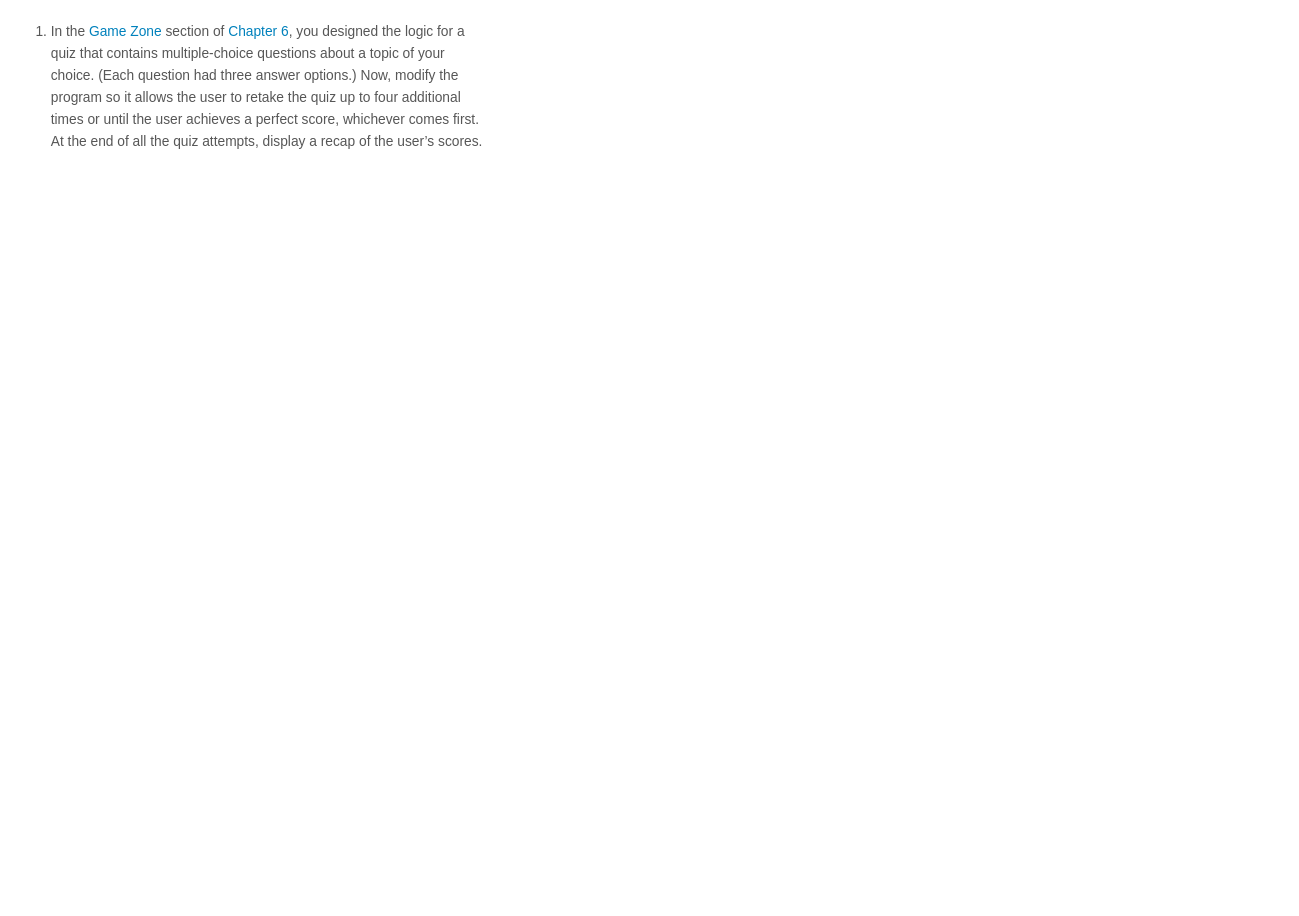
This is Problem Solving/quiz.drawio from sweetrellish/python_work1, a draw.io file, before an edit. Source tidied: cells renumbered, new cells numbered last; positions are measured from the earlier drawing's top-left corner, leaving out a move shared by most shapes. Both pictures are drawn from the tidied source at 86%, with x=0, y=0 at pixel (15, 15).
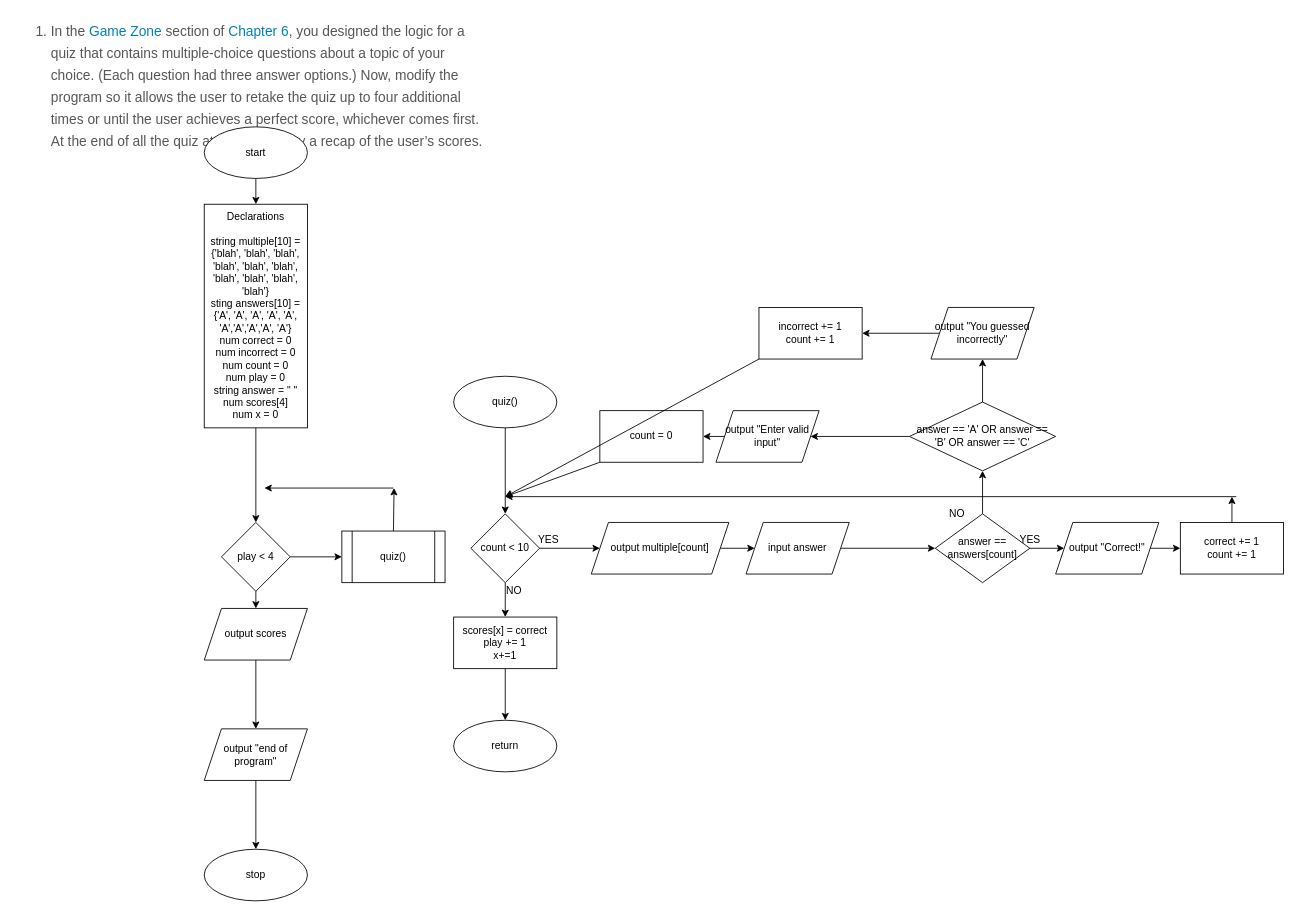
After the change.

Change to the diagram source:
```diff
@@
+    <mxCell id="3" style="edgeStyle=none;html=1;" parent="1" edge="1" source="4" target="6">
+      <mxGeometry relative="1" as="geometry" />
+    </mxCell>
+    <mxCell id="4" value="start" style="ellipse;whiteSpace=wrap;html=1;" parent="1" vertex="1">
+      <mxGeometry x="220" y="130" width="120" height="60" as="geometry" />
+    </mxCell>
+    <mxCell id="5" style="edgeStyle=none;html=1;" parent="1" edge="1" source="6" target="46">
+      <mxGeometry relative="1" as="geometry" />
+    </mxCell>
+    <mxCell id="6" value="Declarations&lt;br&gt;&lt;br&gt;string multiple[10] = {'blah', 'blah', 'blah', 'blah', 'blah', 'blah', 'blah', 'blah', 'blah', 'blah'}&lt;br&gt;sting answers[10] = {'A', 'A', 'A', 'A', 'A', 'A','A','A','A', 'A'}&lt;br&gt;num correct = 0&lt;br&gt;num incorrect = 0&lt;br&gt;num count = 0&lt;br&gt;num play = 0&lt;br&gt;string answer = &quot; &quot;&lt;br&gt;num scores[4]&lt;br&gt;num x = 0" style="whiteSpace=wrap;html=1;" parent="1" vertex="1">
+      <mxGeometry x="220" y="220" width="120" height="260" as="geometry" />
+    </mxCell>
+    <mxCell id="7" style="edgeStyle=none;html=1;" parent="1" edge="1" source="9" target="11">
+      <mxGeometry relative="1" as="geometry" />
+    </mxCell>
+    <mxCell id="8" style="edgeStyle=none;html=1;" parent="1" edge="1" source="9" target="51">
+      <mxGeometry relative="1" as="geometry" />
+    </mxCell>
+    <mxCell id="9" value="count &amp;lt; 10" style="rhombus;whiteSpace=wrap;html=1;" parent="1" vertex="1">
+      <mxGeometry x="530" y="580" width="80" height="80" as="geometry" />
+    </mxCell>
+    <mxCell id="10" style="edgeStyle=none;html=1;" parent="1" edge="1" source="11" target="13">
+      <mxGeometry relative="1" as="geometry" />
+    </mxCell>
+    <mxCell id="11" value="output multiple[count]" style="shape=parallelogram;perimeter=parallelogramPerimeter;whiteSpace=wrap;html=1;fixedSize=1;" parent="1" vertex="1">
+      <mxGeometry x="670" y="590" width="160" height="60" as="geometry" />
+    </mxCell>
+    <mxCell id="12" style="edgeStyle=none;html=1;" parent="1" edge="1" source="13" target="16">
+      <mxGeometry relative="1" as="geometry" />
+    </mxCell>
+    <mxCell id="13" value="input answer" style="shape=parallelogram;perimeter=parallelogramPerimeter;whiteSpace=wrap;html=1;fixedSize=1;" parent="1" vertex="1">
+      <mxGeometry x="850" y="590" width="120" height="60" as="geometry" />
+    </mxCell>
+    <mxCell id="14" style="edgeStyle=none;html=1;" parent="1" edge="1" source="16" target="18">
+      <mxGeometry relative="1" as="geometry" />
+    </mxCell>
+    <mxCell id="15" style="edgeStyle=none;html=1;entryX=0.5;entryY=1;entryDx=0;entryDy=0;" parent="1" edge="1" source="16" target="29">
+      <mxGeometry relative="1" as="geometry" />
+    </mxCell>
+    <mxCell id="16" value="answer == answers[count]" style="rhombus;whiteSpace=wrap;html=1;" parent="1" vertex="1">
+      <mxGeometry x="1070" y="580" width="110" height="80" as="geometry" />
+    </mxCell>
+    <mxCell id="17" style="edgeStyle=none;html=1;" parent="1" edge="1" source="18" target="20">
+      <mxGeometry relative="1" as="geometry" />
+    </mxCell>
+    <mxCell id="18" value="output &quot;Correct!&quot;" style="shape=parallelogram;perimeter=parallelogramPerimeter;whiteSpace=wrap;html=1;fixedSize=1;" parent="1" vertex="1">
+      <mxGeometry x="1210" y="590" width="120" height="60" as="geometry" />
+    </mxCell>
+    <mxCell id="19" style="edgeStyle=none;html=1;exitX=0.5;exitY=0;exitDx=0;exitDy=0;" parent="1" edge="1" source="20">
+      <mxGeometry relative="1" as="geometry">
+        <mxPoint x="1415" y="560" as="targetPoint" />
+      </mxGeometry>
+    </mxCell>
+    <mxCell id="20" value="correct += 1&lt;br&gt;count += 1" style="whiteSpace=wrap;html=1;" parent="1" vertex="1">
+      <mxGeometry x="1355" y="590" width="120" height="60" as="geometry" />
+    </mxCell>
+    <mxCell id="21" value="YES" style="text;html=1;align=center;verticalAlign=middle;strokeColor=none;fillColor=none;" parent="1" vertex="1">
+      <mxGeometry x="600" y="600" width="40" height="20" as="geometry" />
+    </mxCell>
+    <mxCell id="22" style="edgeStyle=none;html=1;" parent="1" edge="1" target="25">
+      <mxGeometry relative="1" as="geometry">
+        <mxPoint x="280" y="750" as="sourcePoint" />
+      </mxGeometry>
+    </mxCell>
+    <mxCell id="23" value="NO" style="text;html=1;align=center;verticalAlign=middle;strokeColor=none;fillColor=none;" parent="1" vertex="1">
+      <mxGeometry x="565" y="660" width="30" height="20" as="geometry" />
+    </mxCell>
+    <mxCell id="24" style="edgeStyle=none;html=1;" parent="1" edge="1" source="25" target="26">
+      <mxGeometry relative="1" as="geometry" />
+    </mxCell>
+    <mxCell id="25" value="output &quot;end of program&quot;" style="shape=parallelogram;perimeter=parallelogramPerimeter;whiteSpace=wrap;html=1;fixedSize=1;" parent="1" vertex="1">
+      <mxGeometry x="220" y="830" width="120" height="60" as="geometry" />
+    </mxCell>
+    <mxCell id="26" value="stop" style="ellipse;whiteSpace=wrap;html=1;" parent="1" vertex="1">
+      <mxGeometry x="220" y="970" width="120" height="60" as="geometry" />
+    </mxCell>
+    <mxCell id="27" style="edgeStyle=none;html=1;" parent="1" edge="1" source="29" target="34">
+      <mxGeometry relative="1" as="geometry" />
+    </mxCell>
+    <mxCell id="28" style="edgeStyle=none;html=1;" parent="1" edge="1" source="29" target="36">
+      <mxGeometry relative="1" as="geometry" />
+    </mxCell>
+    <mxCell id="29" value="answer == 'A' OR answer == 'B' OR answer == 'C'" style="rhombus;whiteSpace=wrap;html=1;" parent="1" vertex="1">
+      <mxGeometry x="1040" y="450" width="170" height="80" as="geometry" />
+    </mxCell>
+    <mxCell id="30" value="NO" style="text;html=1;align=center;verticalAlign=middle;strokeColor=none;fillColor=none;" parent="1" vertex="1">
+      <mxGeometry x="1080" y="570" width="30" height="20" as="geometry" />
+    </mxCell>
+    <mxCell id="31" value="YES" style="text;html=1;align=center;verticalAlign=middle;strokeColor=none;fillColor=none;" parent="1" vertex="1">
+      <mxGeometry x="1160" y="600" width="40" height="20" as="geometry" />
+    </mxCell>
+    <mxCell id="32" style="endArrow=classic;html=1;" parent="1" edge="1">
+      <mxGeometry relative="1" as="geometry">
+        <mxPoint x="1420" y="560" as="sourcePoint" />
+        <mxPoint x="570" y="560" as="targetPoint" />
+      </mxGeometry>
+    </mxCell>
+    <mxCell id="33" style="edgeStyle=none;html=1;" parent="1" edge="1" source="34" target="38">
+      <mxGeometry relative="1" as="geometry" />
+    </mxCell>
+    <mxCell id="34" value="output &quot;Enter valid input&quot;" style="shape=parallelogram;perimeter=parallelogramPerimeter;whiteSpace=wrap;html=1;fixedSize=1;" parent="1" vertex="1">
+      <mxGeometry x="815" y="460" width="120" height="60" as="geometry" />
+    </mxCell>
+    <mxCell id="35" style="edgeStyle=none;html=1;" parent="1" edge="1" source="36" target="40">
+      <mxGeometry relative="1" as="geometry" />
+    </mxCell>
+    <mxCell id="36" value="output &quot;You guessed incorrectly&quot;" style="shape=parallelogram;perimeter=parallelogramPerimeter;whiteSpace=wrap;html=1;fixedSize=1;" parent="1" vertex="1">
+      <mxGeometry x="1065" y="340" width="120" height="60" as="geometry" />
+    </mxCell>
+    <mxCell id="37" style="edgeStyle=none;html=1;exitX=0;exitY=1;exitDx=0;exitDy=0;" parent="1" edge="1" source="38">
+      <mxGeometry relative="1" as="geometry">
+        <mxPoint x="570" y="560" as="targetPoint" />
+      </mxGeometry>
+    </mxCell>
+    <mxCell id="38" value="count = 0" style="whiteSpace=wrap;html=1;" parent="1" vertex="1">
+      <mxGeometry x="680" y="460" width="120" height="60" as="geometry" />
+    </mxCell>
+    <mxCell id="39" style="edgeStyle=none;html=1;exitX=0;exitY=1;exitDx=0;exitDy=0;" parent="1" edge="1" source="40">
+      <mxGeometry relative="1" as="geometry">
+        <mxPoint x="570" y="560" as="targetPoint" />
+      </mxGeometry>
+    </mxCell>
+    <mxCell id="40" value="incorrect += 1&lt;br&gt;count += 1" style="whiteSpace=wrap;html=1;" parent="1" vertex="1">
+      <mxGeometry x="865" y="340" width="120" height="60" as="geometry" />
+    </mxCell>
+    <mxCell id="41" style="edgeStyle=none;html=1;exitX=0.5;exitY=1;exitDx=0;exitDy=0;entryX=0.5;entryY=0;entryDx=0;entryDy=0;" parent="1" edge="1" source="42" target="9">
+      <mxGeometry relative="1" as="geometry" />
+    </mxCell>
+    <mxCell id="42" value="quiz()" style="ellipse;whiteSpace=wrap;html=1;" parent="1" vertex="1">
+      <mxGeometry x="510" y="420" width="120" height="60" as="geometry" />
+    </mxCell>
+    <mxCell id="43" value="return" style="ellipse;whiteSpace=wrap;html=1;" parent="1" vertex="1">
+      <mxGeometry x="510" y="820" width="120" height="60" as="geometry" />
+    </mxCell>
+    <mxCell id="44" style="edgeStyle=none;html=1;" parent="1" edge="1" source="46" target="48">
+      <mxGeometry relative="1" as="geometry" />
+    </mxCell>
+    <mxCell id="45" style="edgeStyle=none;html=1;" parent="1" edge="1" source="46" target="52">
+      <mxGeometry relative="1" as="geometry" />
+    </mxCell>
+    <mxCell id="46" value="play &amp;lt; 4" style="rhombus;whiteSpace=wrap;html=1;" parent="1" vertex="1">
+      <mxGeometry x="240" y="590" width="80" height="80" as="geometry" />
+    </mxCell>
+    <mxCell id="47" style="edgeStyle=none;html=1;exitX=0.5;exitY=0;exitDx=0;exitDy=0;" parent="1" edge="1" source="48">
+      <mxGeometry relative="1" as="geometry">
+        <mxPoint x="440.7" y="550" as="targetPoint" />
+      </mxGeometry>
+    </mxCell>
+    <mxCell id="48" value="quiz()" style="shape=process;whiteSpace=wrap;html=1;backgroundOutline=1;" parent="1" vertex="1">
+      <mxGeometry x="380" y="600" width="120" height="60" as="geometry" />
+    </mxCell>
+    <mxCell id="49" style="endArrow=classic;html=1;" parent="1" edge="1">
+      <mxGeometry relative="1" as="geometry">
+        <mxPoint x="440" y="550" as="sourcePoint" />
+        <mxPoint x="290" y="550" as="targetPoint" />
+      </mxGeometry>
+    </mxCell>
+    <mxCell id="50" style="edgeStyle=none;html=1;" parent="1" edge="1" source="51" target="43">
+      <mxGeometry relative="1" as="geometry" />
+    </mxCell>
+    <mxCell id="51" value="scores[x] = correct&lt;br&gt;play += 1&lt;br&gt;x+=1" style="whiteSpace=wrap;html=1;" parent="1" vertex="1">
+      <mxGeometry x="510" y="700" width="120" height="60" as="geometry" />
+    </mxCell>
+    <mxCell id="52" value="output scores" style="shape=parallelogram;perimeter=parallelogramPerimeter;whiteSpace=wrap;html=1;fixedSize=1;" parent="1" vertex="1">
+      <mxGeometry x="220" y="690" width="120" height="60" as="geometry" />
+    </mxCell>
```
